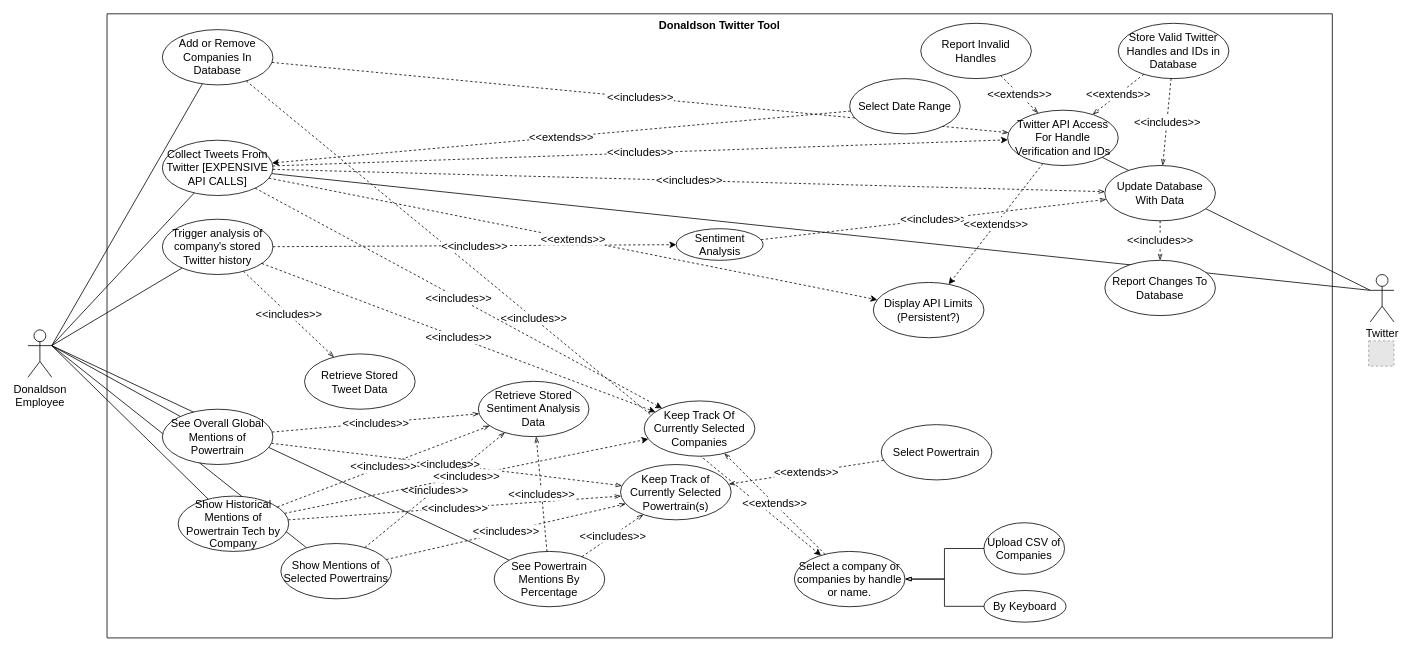
Earlier version of the draw.io diagram uml/useCaseModel3.drawio (agarcia169/4306-Donaldson-Project). Source tidied: cells renumbered, new cells numbered last; positions are measured from the earlier drawing's top-left corner, leaving out a move shared by most shapes. Both pictures are drawn from the tidied source at 79%, with x=0, y=0 at pixel (28, 13). Pictures stored in the file or linked from it are replaced by grey dashed boxes.
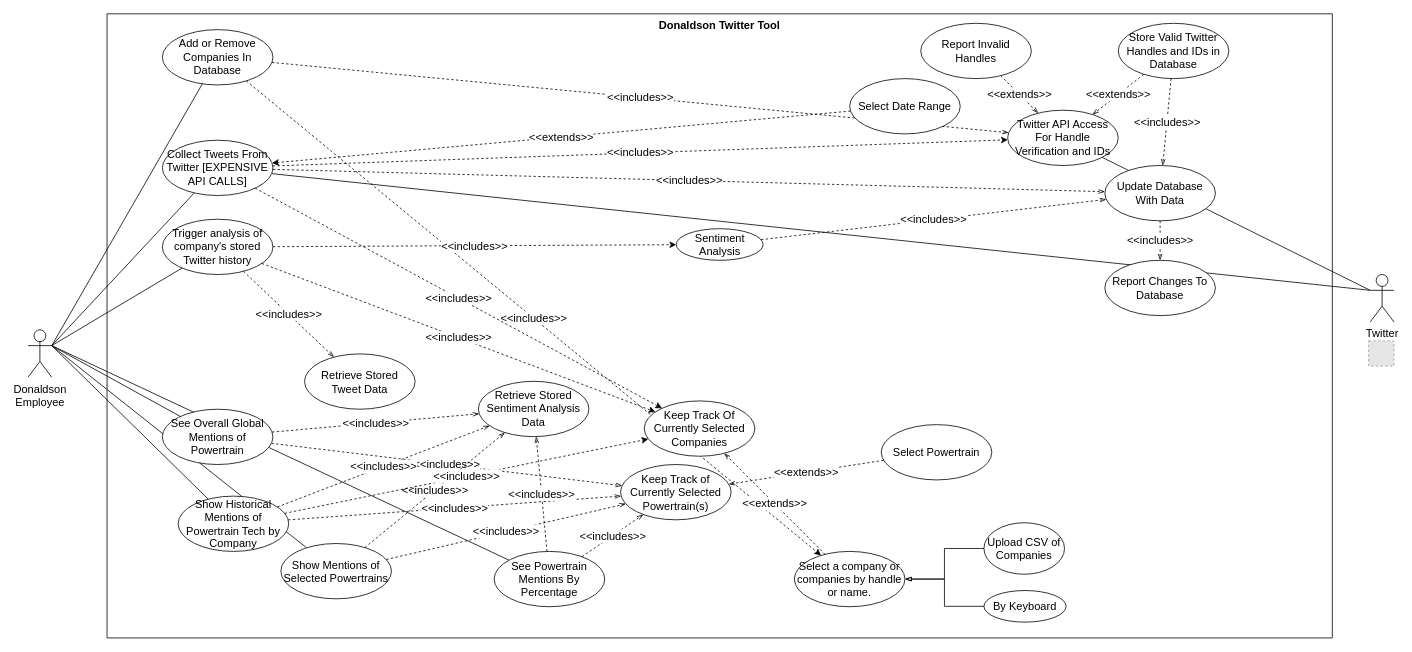
After the change.

The change refers to these unchanged cells:
```xml
<mxCell id="14" value="Donaldson Twitter Tool" style="swimlane;startSize=0;fontSize=14;verticalAlign=top;" parent="1" vertex="1">
  <mxGeometry x="100" width="1551" height="790" as="geometry" />
</mxCell>
<mxCell id="21" value="&lt;div style=&quot;font-size: 14px;&quot;&gt;Collect Tweets From Twitter [EXPENSIVE API CALLS]&lt;/div&gt;" style="ellipse;whiteSpace=wrap;html=1;fontSize=14;" parent="14" vertex="1">
  <mxGeometry x="70" y="160" width="140" height="70" as="geometry" />
</mxCell>
<mxCell id="65" value="Twitter API Access For Handle Verification and IDs" style="ellipse;whiteSpace=wrap;html=1;fontSize=14;" parent="14" vertex="1">
  <mxGeometry x="1140" y="122" width="140" height="70" as="geometry" />
</mxCell>
```

The edit, as a diff of the source:
```diff
@@
-    <mxCell id="51" value="Display API Limits (Persistent?)" style="ellipse;whiteSpace=wrap;html=1;fontSize=14;" parent="14" vertex="1">
-      <mxGeometry x="970" y="340" width="140" height="70" as="geometry" />
-    </mxCell>
@@
-    <mxCell id="56" value="&amp;lt;&amp;lt;extends&amp;gt;&amp;gt;" style="rounded=0;jettySize=auto;html=1;dashed=1;fontSize=14;" parent="14" edge="1" source="21" target="51">
-      <mxGeometry relative="1" as="geometry" />
-    </mxCell>
-    <mxCell id="57" value="&amp;lt;&amp;lt;extends&amp;gt;&amp;gt;" style="rounded=0;jettySize=auto;html=1;endArrow=classic;endFill=1;dashed=1;fontSize=14;" parent="14" edge="1" source="65" target="51">
-      <mxGeometry relative="1" as="geometry" />
-    </mxCell>
```
